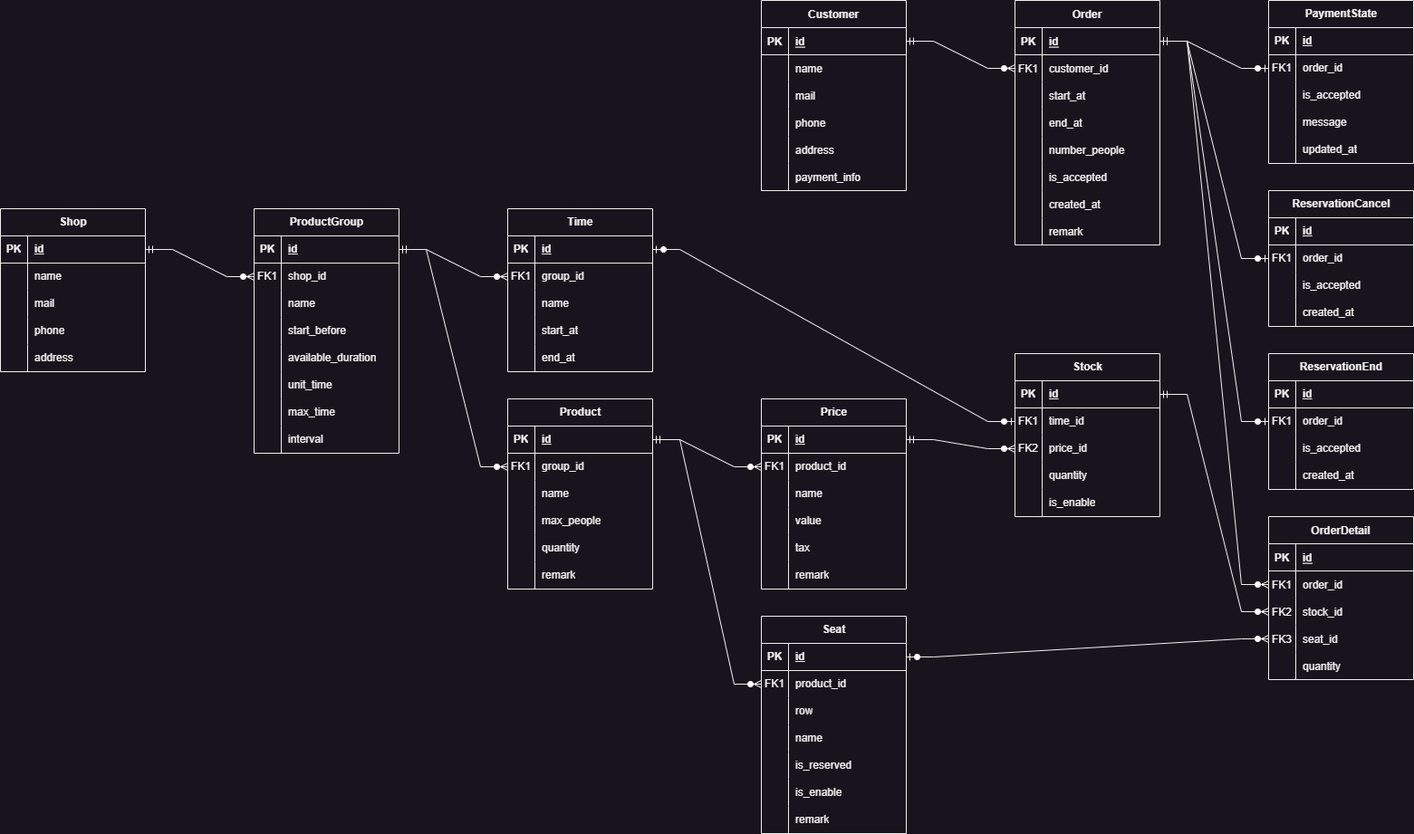
omusobadon/Go_APIServer keeps this draw.io diagram as ER.drawio.png. Above is the earlier version. Source tidied: cells renumbered, new cells last; positions are measured from the earlier drawing's top-left corner, leaving out a move shared by most shapes.
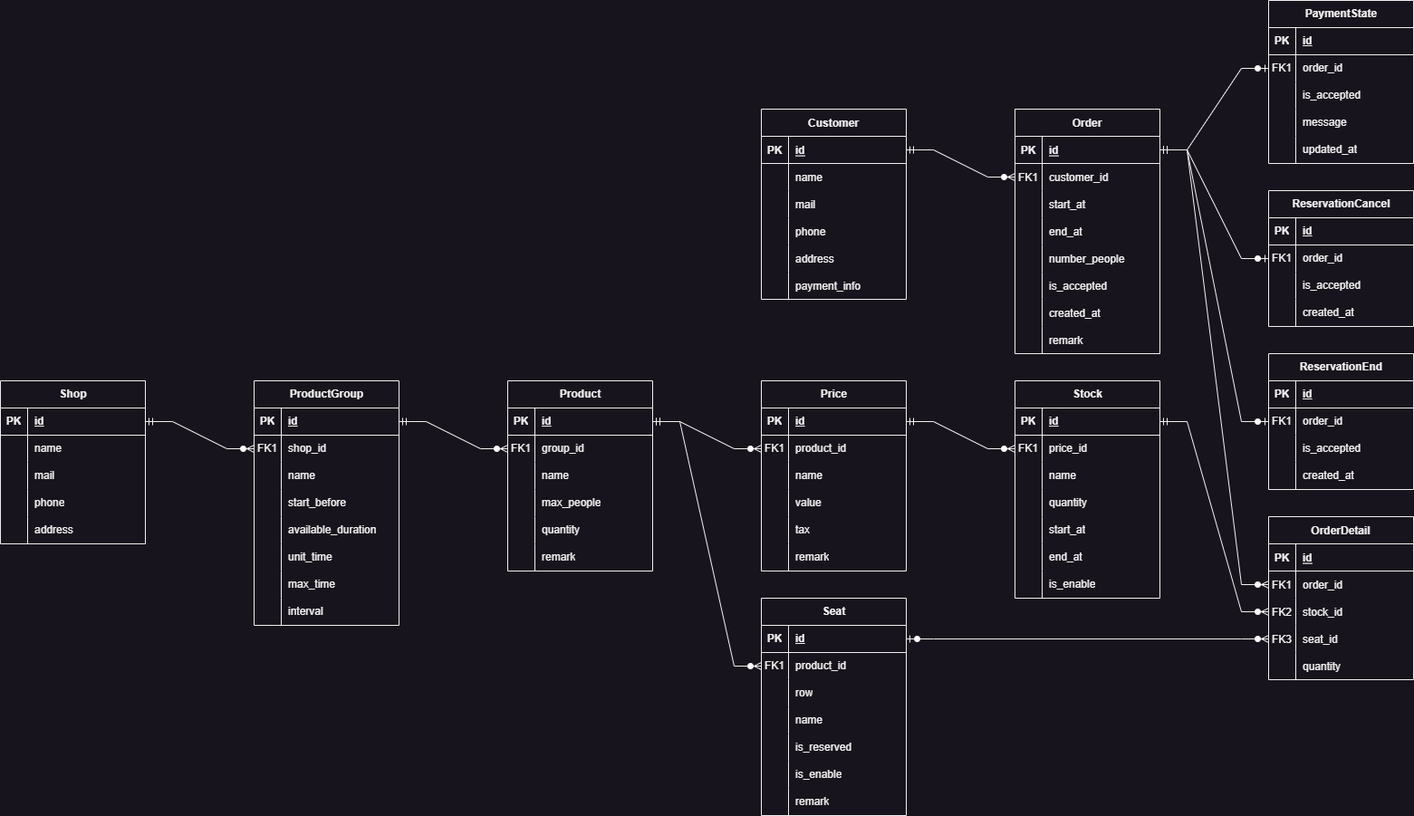
Later version of the same file.

The edit, as a diff of the source:
```diff
@@ -135,7 +135,7 @@
       <mxGeometry x="30" width="130" height="30" as="geometry" />
     </mxCell>
     <mxCell id="46" value="Product" style="shape=table;startSize=30;rowLines=0;fontStyle=1;align=center;html=1;" parent="1" vertex="1">
-      <mxGeometry x="560" y="440" width="160" height="210" as="geometry" />
+      <mxGeometry x="560" y="300" width="160" height="210" as="geometry" />
     </mxCell>
     <mxCell id="47" style="shape=tableRow;horizontal=0;startSize=0;swimlaneHead=0;swimlaneBody=0;fillColor=none;points=[[0,0.5],[1,0.5]];portConstraint=eastwest;top=0;left=0;right=0;bottom=1;" parent="46" vertex="1">
       <mxGeometry y="30" width="160" height="30" as="geometry" />
@@ -192,7 +192,7 @@
       <mxGeometry x="30" width="130" height="30" as="geometry" />
     </mxCell>
     <mxCell id="65" value="ProductGroup" style="shape=table;startSize=30;rowLines=0;fontStyle=1;align=center;html=1;" parent="1" vertex="1">
-      <mxGeometry x="280" y="230" width="160" height="270" as="geometry" />
+      <mxGeometry x="280" y="300" width="160" height="270" as="geometry" />
     </mxCell>
     <mxCell id="66" style="shape=tableRow;horizontal=0;startSize=0;swimlaneHead=0;swimlaneBody=0;fillColor=none;points=[[0,0.5],[1,0.5]];portConstraint=eastwest;top=0;left=0;right=0;bottom=1;" parent="65" vertex="1">
       <mxGeometry y="30" width="160" height="30" as="geometry" />
@@ -267,7 +267,7 @@
       <mxGeometry x="30" width="130" height="30" as="geometry" />
     </mxCell>
     <mxCell id="90" value="Seat" style="shape=table;startSize=30;rowLines=0;fontStyle=1;align=center;html=1;" parent="1" vertex="1">
-      <mxGeometry x="840" y="680" width="160" height="240" as="geometry" />
+      <mxGeometry x="840" y="540" width="160" height="240" as="geometry" />
     </mxCell>
     <mxCell id="91" style="shape=tableRow;horizontal=0;startSize=0;swimlaneHead=0;swimlaneBody=0;fillColor=none;points=[[0,0.5],[1,0.5]];portConstraint=eastwest;top=0;left=0;right=0;bottom=1;" parent="90" vertex="1">
       <mxGeometry y="30" width="160" height="30" as="geometry" />
@@ -333,7 +333,7 @@
       <mxGeometry x="30" width="130" height="30" as="geometry" />
     </mxCell>
     <mxCell id="112" value="Stock" style="shape=table;startSize=30;rowLines=0;fontStyle=1;align=center;html=1;" parent="1" vertex="1">
-      <mxGeometry x="1120" y="390" width="160" height="180" as="geometry" />
+      <mxGeometry x="1120" y="300" width="160" height="240" as="geometry" />
     </mxCell>
     <mxCell id="113" style="shape=tableRow;horizontal=0;startSize=0;swimlaneHead=0;swimlaneBody=0;fillColor=none;points=[[0,0.5],[1,0.5]];portConstraint=eastwest;top=0;left=0;right=0;bottom=1;" parent="112" vertex="1">
       <mxGeometry y="30" width="160" height="30" as="geometry" />
@@ -350,16 +350,16 @@
     <mxCell id="117" value="FK1" style="shape=partialRectangle;fillColor=none;top=0;left=0;bottom=0;right=0;overflow=hidden;whiteSpace=wrap;html=1;" parent="116" vertex="1">
       <mxGeometry width="30" height="30" as="geometry" />
     </mxCell>
-    <mxCell id="118" value="time_id" style="shape=partialRectangle;fillColor=none;top=0;left=0;bottom=0;right=0;align=left;spacingLeft=6;overflow=hidden;whiteSpace=wrap;html=1;" parent="116" vertex="1">
+    <mxCell id="118" value="price_id" style="shape=partialRectangle;fillColor=none;top=0;left=0;bottom=0;right=0;align=left;spacingLeft=6;overflow=hidden;whiteSpace=wrap;html=1;" parent="116" vertex="1">
       <mxGeometry x="30" width="130" height="30" as="geometry" />
     </mxCell>
     <mxCell id="119" style="shape=tableRow;horizontal=0;startSize=0;swimlaneHead=0;swimlaneBody=0;fillColor=none;points=[[0,0.5],[1,0.5]];portConstraint=eastwest;top=0;left=0;right=0;bottom=0;" parent="112" vertex="1">
       <mxGeometry y="90" width="160" height="30" as="geometry" />
     </mxCell>
-    <mxCell id="120" value="FK2" style="shape=partialRectangle;fillColor=none;top=0;left=0;bottom=0;right=0;overflow=hidden;whiteSpace=wrap;html=1;" parent="119" vertex="1">
+    <mxCell id="120" style="shape=partialRectangle;fillColor=none;top=0;left=0;bottom=0;right=0;overflow=hidden;whiteSpace=wrap;html=1;" parent="119" vertex="1">
       <mxGeometry width="30" height="30" as="geometry" />
     </mxCell>
-    <mxCell id="121" value="price_id" style="shape=partialRectangle;fillColor=none;top=0;left=0;bottom=0;right=0;align=left;spacingLeft=6;overflow=hidden;whiteSpace=wrap;html=1;" parent="119" vertex="1">
+    <mxCell id="121" value="name" style="shape=partialRectangle;fillColor=none;top=0;left=0;bottom=0;right=0;align=left;spacingLeft=6;overflow=hidden;whiteSpace=wrap;html=1;" parent="119" vertex="1">
       <mxGeometry x="30" width="130" height="30" as="geometry" />
     </mxCell>
     <mxCell id="122" style="shape=tableRow;horizontal=0;startSize=0;swimlaneHead=0;swimlaneBody=0;fillColor=none;top=0;left=0;right=0;bottom=0;" parent="112" vertex="1">
@@ -377,9 +377,27 @@
     <mxCell id="126" style="shape=partialRectangle;fillColor=none;top=0;left=0;bottom=0;right=0;overflow=hidden;whiteSpace=wrap;html=1;" parent="125" vertex="1">
       <mxGeometry width="30" height="30" as="geometry" />
     </mxCell>
-    <mxCell id="127" value="is_enable" style="shape=partialRectangle;fillColor=none;top=0;left=0;bottom=0;right=0;align=left;spacingLeft=6;overflow=hidden;whiteSpace=wrap;html=1;" parent="125" vertex="1">
+    <mxCell id="127" value="start_at" style="shape=partialRectangle;fillColor=none;top=0;left=0;bottom=0;right=0;align=left;spacingLeft=6;overflow=hidden;whiteSpace=wrap;html=1;" parent="125" vertex="1">
       <mxGeometry x="30" width="130" height="30" as="geometry" />
     </mxCell>
+    <mxCell id="251" style="shape=tableRow;horizontal=0;startSize=0;swimlaneHead=0;swimlaneBody=0;fillColor=none;top=0;left=0;right=0;bottom=0;" parent="112" vertex="1">
+      <mxGeometry y="180" width="160" height="30" as="geometry" />
+    </mxCell>
+    <mxCell id="252" style="shape=partialRectangle;fillColor=none;top=0;left=0;bottom=0;right=0;overflow=hidden;whiteSpace=wrap;html=1;" parent="251" vertex="1">
+      <mxGeometry width="30" height="30" as="geometry" />
+    </mxCell>
+    <mxCell id="247" value="end_at" style="shape=partialRectangle;fillColor=none;top=0;left=0;bottom=0;right=0;align=left;spacingLeft=6;overflow=hidden;whiteSpace=wrap;html=1;" parent="251" vertex="1">
+      <mxGeometry x="30" width="130" height="30" as="geometry" />
+    </mxCell>
+    <mxCell id="253" style="shape=tableRow;horizontal=0;startSize=0;swimlaneHead=0;swimlaneBody=0;fillColor=none;top=0;left=0;right=0;bottom=0;" parent="112" vertex="1">
+      <mxGeometry y="210" width="160" height="30" as="geometry" />
+    </mxCell>
+    <mxCell id="254" style="shape=partialRectangle;fillColor=none;top=0;left=0;bottom=0;right=0;overflow=hidden;whiteSpace=wrap;html=1;" parent="253" vertex="1">
+      <mxGeometry width="30" height="30" as="geometry" />
+    </mxCell>
+    <mxCell id="255" value="is_enable" style="shape=partialRectangle;fillColor=none;top=0;left=0;bottom=0;right=0;align=left;spacingLeft=6;overflow=hidden;whiteSpace=wrap;html=1;" parent="253" vertex="1">
+      <mxGeometry x="30" width="130" height="30" as="geometry" />
+    </mxCell>
     <mxCell id="128" style="edgeStyle=entityRelationEdgeStyle;fontSize=12;html=1;endArrow=ERzeroToMany;startArrow=ERmandOne;rounded=0;exitX=1;exitY=0.5;exitDx=0;exitDy=0;entryX=0;entryY=0.5;entryDx=0;entryDy=0;" parent="1" edge="1" source="47" target="94">
       <mxGeometry relative="1" as="geometry" />
     </mxCell>
@@ -396,7 +414,7 @@
       <mxGeometry relative="1" as="geometry" />
     </mxCell>
     <mxCell id="133" value="Price" style="shape=table;startSize=30;rowLines=0;fontStyle=1;align=center;html=1;" parent="1" vertex="1">
-      <mxGeometry x="840" y="440" width="160" height="210" as="geometry" />
+      <mxGeometry x="840" y="300" width="160" height="210" as="geometry" />
     </mxCell>
     <mxCell id="134" style="shape=tableRow;horizontal=0;startSize=0;swimlaneHead=0;swimlaneBody=0;fillColor=none;points=[[0,0.5],[1,0.5]];portConstraint=eastwest;top=0;left=0;right=0;bottom=1;" parent="133" vertex="1">
       <mxGeometry y="30" width="160" height="30" as="geometry" />
@@ -453,7 +471,7 @@
       <mxGeometry x="30" width="130" height="30" as="geometry" />
     </mxCell>
     <mxCell id="152" value="PaymentState" style="shape=table;startSize=30;rowLines=0;fontStyle=1;align=center;html=1;" parent="1" vertex="1">
-      <mxGeometry x="1400" width="160" height="180" as="geometry" />
+      <mxGeometry x="1400" y="-120" width="160" height="180" as="geometry" />
     </mxCell>
     <mxCell id="153" style="shape=tableRow;horizontal=0;startSize=0;swimlaneHead=0;swimlaneBody=0;fillColor=none;top=0;left=0;right=0;bottom=1;" parent="152" vertex="1">
       <mxGeometry y="30" width="160" height="30" as="geometry" />
@@ -507,7 +525,7 @@
       <mxGeometry relative="1" as="geometry" />
     </mxCell>
     <mxCell id="170" value="OrderDetail" style="shape=table;startSize=30;rowLines=0;fontStyle=1;align=center;" parent="1" vertex="1">
-      <mxGeometry x="1400" y="570" width="160" height="180" as="geometry" />
+      <mxGeometry x="1400" y="450" width="160" height="180" as="geometry" />
     </mxCell>
     <mxCell id="171" style="shape=partialRectangle;fillColor=none;top=0;left=0;right=0;bottom=1;" parent="170" vertex="1">
       <mxGeometry y="30" width="160" height="30" as="geometry" />
@@ -558,7 +576,7 @@
       <mxGeometry relative="1" as="geometry" />
     </mxCell>
     <mxCell id="187" value="ReservationCancel" style="shape=table;startSize=30;rowLines=0;fontStyle=1;align=center;html=1;" parent="1" vertex="1">
-      <mxGeometry x="1400" y="210" width="160" height="150" as="geometry" />
+      <mxGeometry x="1400" y="90" width="160" height="150" as="geometry" />
     </mxCell>
     <mxCell id="188" style="shape=tableRow;horizontal=0;startSize=0;swimlaneHead=0;swimlaneBody=0;fillColor=none;top=0;left=0;right=0;bottom=1;" parent="187" vertex="1">
       <mxGeometry y="30" width="160" height="30" as="geometry" />
@@ -600,7 +618,7 @@
       <mxGeometry relative="1" as="geometry" />
     </mxCell>
     <mxCell id="201" value="ReservationEnd" style="shape=table;startSize=30;rowLines=0;fontStyle=1;align=center;html=1;" parent="1" vertex="1">
-      <mxGeometry x="1400" y="390" width="160" height="150" as="geometry" />
+      <mxGeometry x="1400" y="270" width="160" height="150" as="geometry" />
     </mxCell>
     <mxCell id="202" style="shape=tableRow;horizontal=0;startSize=0;swimlaneHead=0;swimlaneBody=0;fillColor=none;top=0;left=0;right=0;bottom=1;" parent="201" vertex="1">
       <mxGeometry y="30" width="160" height="30" as="geometry" />
@@ -642,7 +660,7 @@
       <mxGeometry relative="1" as="geometry" />
     </mxCell>
     <mxCell id="215" value="Shop" style="shape=table;startSize=30;rowLines=0;fontStyle=1;align=center;html=1;" parent="1" vertex="1">
-      <mxGeometry y="230" width="160" height="180" as="geometry" />
+      <mxGeometry y="300" width="160" height="180" as="geometry" />
     </mxCell>
     <mxCell id="216" style="shape=tableRow;horizontal=0;startSize=0;swimlaneHead=0;swimlaneBody=0;fillColor=none;points=[[0,0.5],[1,0.5]];portConstraint=eastwest;top=0;left=0;right=0;bottom=1;" parent="215" vertex="1">
       <mxGeometry y="30" width="160" height="30" as="geometry" />
@@ -692,61 +710,7 @@
     <mxCell id="231" style="edgeStyle=entityRelationEdgeStyle;fontSize=12;html=1;endArrow=ERzeroToMany;startArrow=ERmandOne;rounded=0;exitX=1;exitY=0.5;exitDx=0;exitDy=0;entryX=0;entryY=0.5;entryDx=0;entryDy=0;" parent="1" edge="1" source="216" target="69">
       <mxGeometry relative="1" as="geometry" />
     </mxCell>
-    <mxCell id="232" value="Time" style="shape=table;startSize=30;rowLines=0;fontStyle=1;align=center;html=1;" parent="1" vertex="1">
-      <mxGeometry x="560" y="230" width="160" height="180" as="geometry" />
-    </mxCell>
-    <mxCell id="233" style="shape=tableRow;horizontal=0;startSize=0;swimlaneHead=0;swimlaneBody=0;fillColor=none;points=[[0,0.5],[1,0.5]];portConstraint=eastwest;top=0;left=0;right=0;bottom=1;" parent="232" vertex="1">
-      <mxGeometry y="30" width="160" height="30" as="geometry" />
-    </mxCell>
-    <mxCell id="234" value="PK" style="shape=partialRectangle;fillColor=none;top=0;left=0;bottom=0;right=0;fontStyle=1;overflow=hidden;whiteSpace=wrap;html=1;" parent="233" vertex="1">
-      <mxGeometry width="30" height="30" as="geometry" />
-    </mxCell>
-    <mxCell id="235" value="id" style="shape=partialRectangle;fillColor=none;top=0;left=0;bottom=0;right=0;align=left;spacingLeft=6;fontStyle=5;overflow=hidden;whiteSpace=wrap;html=1;" parent="233" vertex="1">
-      <mxGeometry x="30" width="130" height="30" as="geometry" />
-    </mxCell>
-    <mxCell id="236" style="shape=tableRow;horizontal=0;startSize=0;swimlaneHead=0;swimlaneBody=0;fillColor=none;points=[[0,0.5],[1,0.5]];portConstraint=eastwest;top=0;left=0;right=0;bottom=0;" parent="232" vertex="1">
-      <mxGeometry y="60" width="160" height="30" as="geometry" />
-    </mxCell>
-    <mxCell id="237" value="FK1" style="shape=partialRectangle;fillColor=none;top=0;left=0;bottom=0;right=0;overflow=hidden;whiteSpace=wrap;html=1;" parent="236" vertex="1">
-      <mxGeometry width="30" height="30" as="geometry" />
-    </mxCell>
-    <mxCell id="238" value="group_id" style="shape=partialRectangle;fillColor=none;top=0;left=0;bottom=0;right=0;align=left;spacingLeft=6;overflow=hidden;whiteSpace=wrap;html=1;" parent="236" vertex="1">
-      <mxGeometry x="30" width="130" height="30" as="geometry" />
-    </mxCell>
-    <mxCell id="239" style="shape=tableRow;horizontal=0;startSize=0;swimlaneHead=0;swimlaneBody=0;fillColor=none;top=0;left=0;right=0;bottom=0;" parent="232" vertex="1">
-      <mxGeometry y="90" width="160" height="30" as="geometry" />
-    </mxCell>
-    <mxCell id="240" style="shape=partialRectangle;fillColor=none;top=0;left=0;bottom=0;right=0;overflow=hidden;whiteSpace=wrap;html=1;" parent="239" vertex="1">
-      <mxGeometry width="30" height="30" as="geometry" />
-    </mxCell>
-    <mxCell id="241" value="name" style="shape=partialRectangle;fillColor=none;top=0;left=0;bottom=0;right=0;align=left;spacingLeft=6;overflow=hidden;whiteSpace=wrap;html=1;" parent="239" vertex="1">
-      <mxGeometry x="30" width="130" height="30" as="geometry" />
-    </mxCell>
-    <mxCell id="242" style="shape=tableRow;horizontal=0;startSize=0;swimlaneHead=0;swimlaneBody=0;fillColor=none;top=0;left=0;right=0;bottom=0;" parent="232" vertex="1">
-      <mxGeometry y="120" width="160" height="30" as="geometry" />
-    </mxCell>
-    <mxCell id="243" style="shape=partialRectangle;fillColor=none;top=0;left=0;bottom=0;right=0;overflow=hidden;whiteSpace=wrap;html=1;" parent="242" vertex="1">
-      <mxGeometry width="30" height="30" as="geometry" />
-    </mxCell>
-    <mxCell id="244" value="start_at" style="shape=partialRectangle;fillColor=none;top=0;left=0;bottom=0;right=0;align=left;spacingLeft=6;overflow=hidden;whiteSpace=wrap;html=1;" parent="242" vertex="1">
-      <mxGeometry x="30" width="130" height="30" as="geometry" />
-    </mxCell>
-    <mxCell id="245" style="shape=tableRow;horizontal=0;startSize=0;swimlaneHead=0;swimlaneBody=0;fillColor=none;top=0;left=0;right=0;bottom=0;" parent="232" vertex="1">
-      <mxGeometry y="150" width="160" height="30" as="geometry" />
-    </mxCell>
-    <mxCell id="246" style="shape=partialRectangle;fillColor=none;top=0;left=0;bottom=0;right=0;overflow=hidden;whiteSpace=wrap;html=1;" parent="245" vertex="1">
-      <mxGeometry width="30" height="30" as="geometry" />
-    </mxCell>
-    <mxCell id="247" value="end_at" style="shape=partialRectangle;fillColor=none;top=0;left=0;bottom=0;right=0;align=left;spacingLeft=6;overflow=hidden;whiteSpace=wrap;html=1;" parent="245" vertex="1">
-      <mxGeometry x="30" width="130" height="30" as="geometry" />
-    </mxCell>
-    <mxCell id="248" style="edgeStyle=entityRelationEdgeStyle;fontSize=12;html=1;endArrow=ERzeroToMany;startArrow=ERmandOne;rounded=0;exitX=1;exitY=0.5;exitDx=0;exitDy=0;entryX=0;entryY=0.5;entryDx=0;entryDy=0;" parent="1" edge="1" source="66" target="236">
-      <mxGeometry relative="1" as="geometry" />
-    </mxCell>
-    <mxCell id="249" style="edgeStyle=entityRelationEdgeStyle;fontSize=12;html=1;endArrow=ERzeroToOne;startArrow=ERzeroToOne;rounded=0;exitX=1;exitY=0.5;exitDx=0;exitDy=0;startFill=1;endFill=1;entryX=0;entryY=0.5;entryDx=0;entryDy=0;" parent="1" edge="1" source="233" target="116">
-      <mxGeometry relative="1" as="geometry" />
-    </mxCell>
-    <mxCell id="250" style="edgeStyle=entityRelationEdgeStyle;fontSize=12;html=1;endArrow=ERzeroToMany;startArrow=ERmandOne;rounded=0;exitX=1;exitY=0.5;exitDx=0;exitDy=0;entryX=0;entryY=0.5;entryDx=0;entryDy=0;" parent="1" edge="1" source="134" target="119">
+    <mxCell id="250" style="edgeStyle=entityRelationEdgeStyle;fontSize=12;html=1;endArrow=ERzeroToMany;startArrow=ERmandOne;rounded=0;exitX=1;exitY=0.5;exitDx=0;exitDy=0;entryX=0;entryY=0.5;entryDx=0;entryDy=0;" parent="1" edge="1" source="134" target="116">
       <mxGeometry relative="1" as="geometry" />
     </mxCell>
   </root>
```
